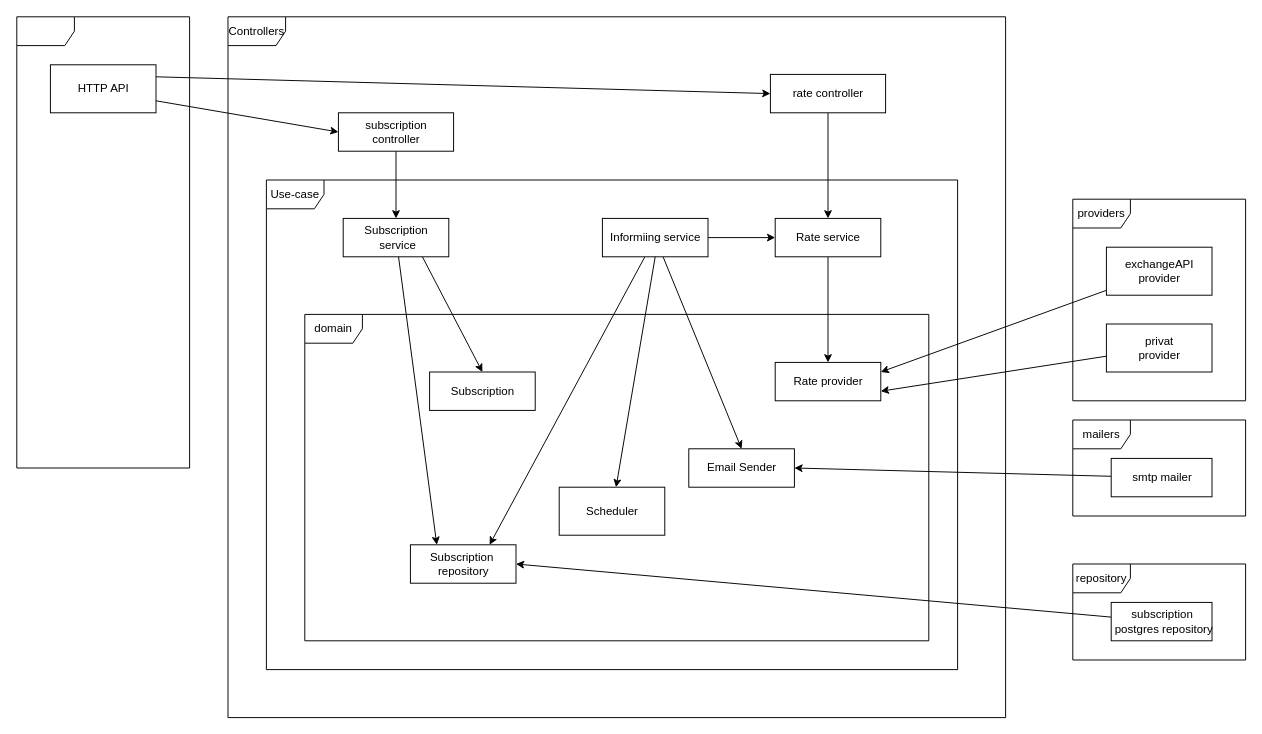
This is docs/arch.drawio from GenesisEducationKyiv/software-engineering-school-4-0-Ndm1t, a draw.io file, before an edit. Source tidied: cells renumbered, new cells numbered last; positions are measured from the earlier drawing's top-left corner, leaving out a move shared by most shapes. Both pictures are drawn from the tidied source at 96%, with x=0, y=0 at pixel (16, 16).
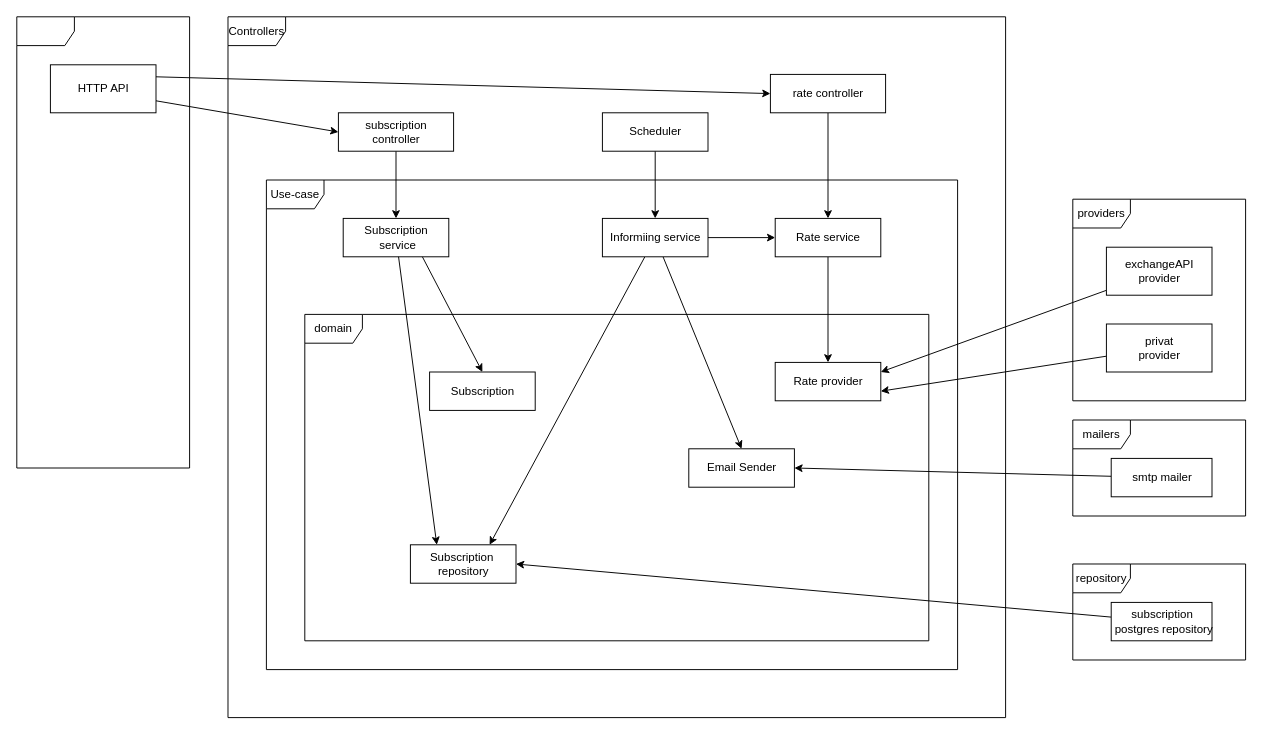
Above is the later version.

Commit message (it also covers changes not shown here):
updated arch diagram

Unchanged cells that the change refers to:
```xml
<mxCell id="18" value="Informiing service" style="html=1;" parent="1" vertex="1">
  <mxGeometry x="610" y="210" width="110" height="40" as="geometry" />
</mxCell>
```

Diff of the diagram source:
```diff
@@
-    <mxCell id="25" style="edgeStyle=none;html=1;exitX=0.5;exitY=1;exitDx=0;exitDy=0;" parent="1" edge="1" source="18" target="26">
+    <mxCell id="25" style="edgeStyle=none;html=1;entryX=0.5;entryY=0;entryDx=0;entryDy=0;" parent="1" edge="1" source="26" target="18">
       <mxGeometry relative="1" as="geometry" />
     </mxCell>
     <mxCell id="26" value="Scheduler" style="html=1;" parent="1" vertex="1">
-      <mxGeometry x="565" y="490" width="110" height="50" as="geometry" />
+      <mxGeometry x="610" y="100" width="110" height="40" as="geometry" />
     </mxCell>
```
